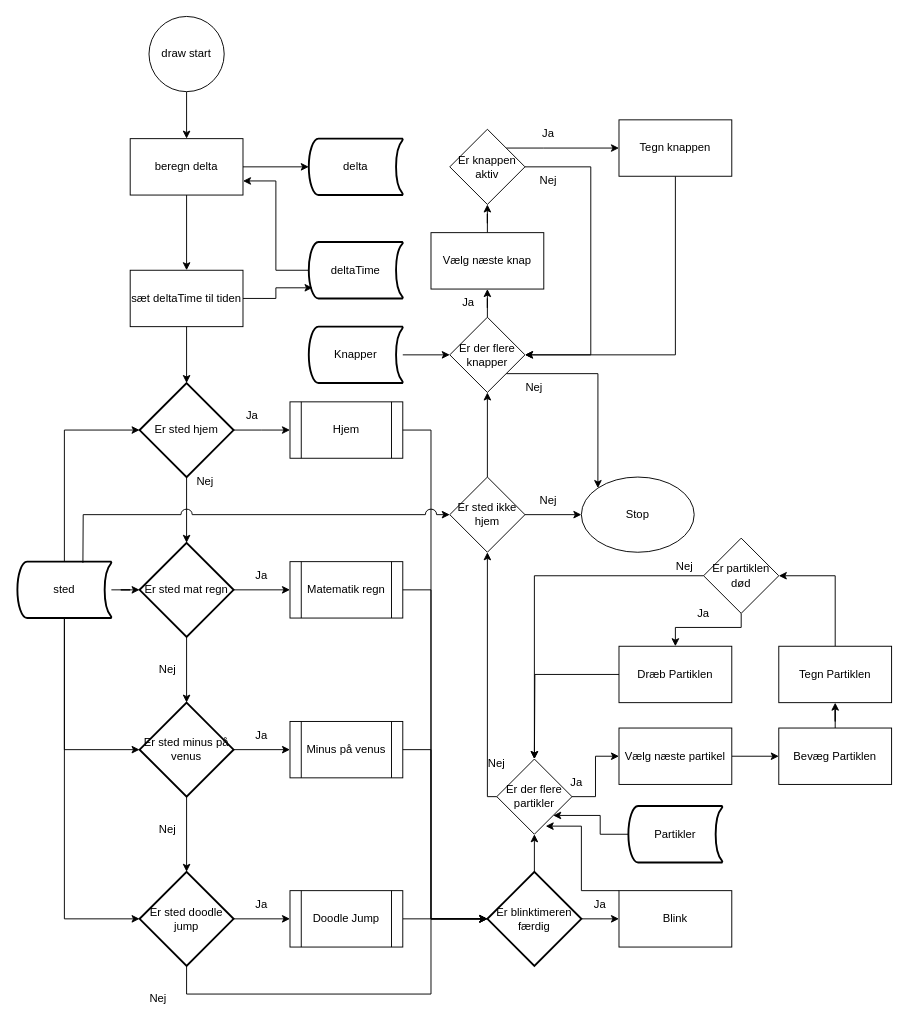
The draw.io diagram Flow diagram draw kledyr.drawio in Penyatta/Digitalt-k-ledyr, before the edit. Source tidied: cells renumbered, new cells numbered last; positions are measured from the earlier drawing's top-left corner, leaving out a move shared by most shapes. Both pictures are drawn from the tidied source at 94%, with x=0, y=0 at pixel (17, 16).
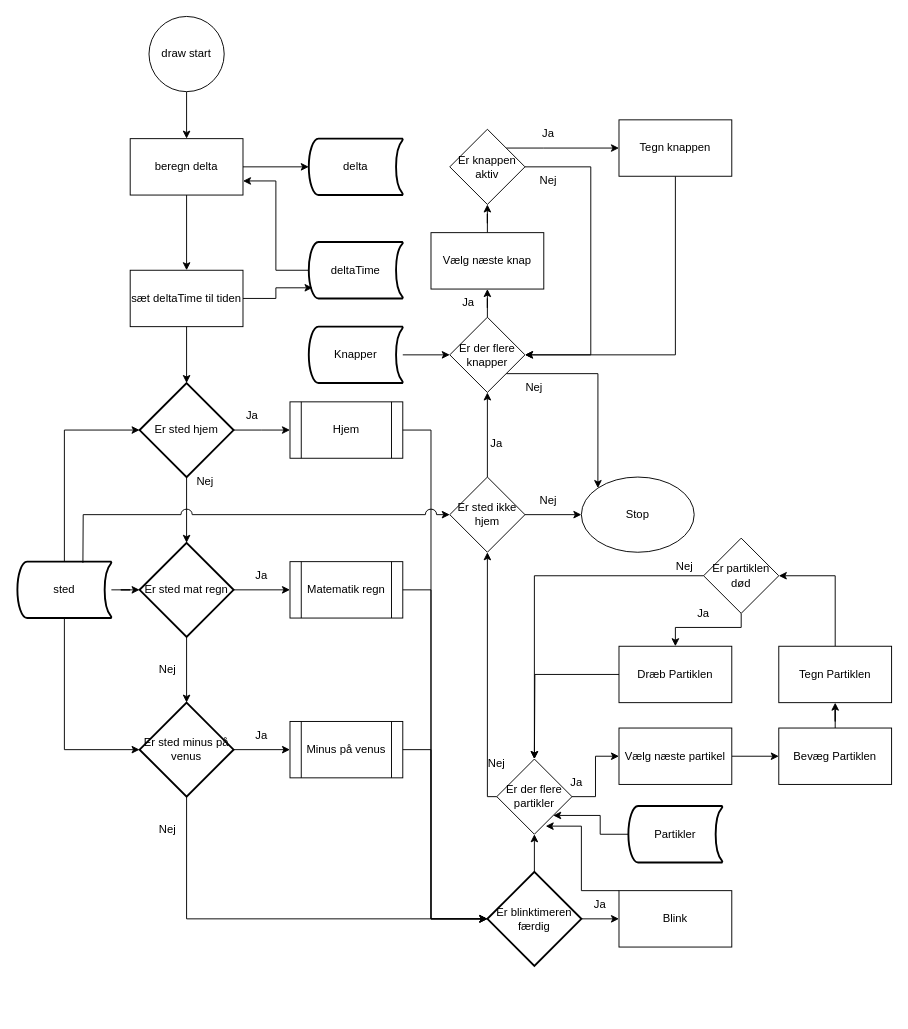
Above is the later version.

The change refers to these unchanged cells:
```xml
<mxCell id="16" value="sted" style="strokeWidth=2;html=1;shape=mxgraph.flowchart.stored_data;whiteSpace=wrap;" parent="1" vertex="1">
  <mxGeometry y="580" width="100" height="60" as="geometry" />
</mxCell>
<mxCell id="23" value="Er sted minus på venus" style="strokeWidth=2;html=1;shape=mxgraph.flowchart.decision;whiteSpace=wrap;" parent="1" vertex="1">
  <mxGeometry x="130" y="730" width="100" height="100" as="geometry" />
</mxCell>
<mxCell id="44" value="Er blinktimeren færdig" style="strokeWidth=2;html=1;shape=mxgraph.flowchart.decision;whiteSpace=wrap;" parent="1" vertex="1">
  <mxGeometry x="500" y="910" width="100" height="100" as="geometry" />
</mxCell>
```

Diff of the diagram source:
```diff
@@
-    <mxCell id="15" style="edgeStyle=orthogonalEdgeStyle;rounded=0;jettySize=auto;html=1;entryX=0;entryY=0.5;entryDx=0;entryDy=0;entryPerimeter=0;" parent="1" edge="1" source="16" target="27">
-      <mxGeometry relative="1" as="geometry">
-        <Array as="points">
-          <mxPoint x="50" y="960" />
-        </Array>
-      </mxGeometry>
-    </mxCell>
@@
-    <mxCell id="26" style="edgeStyle=orthogonalEdgeStyle;rounded=0;jettySize=auto;html=1;entryX=0;entryY=0.5;entryDx=0;entryDy=0;" parent="1" edge="1" source="27" target="37">
-      <mxGeometry relative="1" as="geometry" />
-    </mxCell>
-    <mxCell id="27" value="Er sted doodle jump" style="strokeWidth=2;html=1;shape=mxgraph.flowchart.decision;whiteSpace=wrap;" parent="1" vertex="1">
-      <mxGeometry x="130" y="910" width="100" height="100" as="geometry" />
-    </mxCell>
@@
-    <mxCell id="30" style="edgeStyle=orthogonalEdgeStyle;rounded=0;jettySize=auto;html=1;entryX=0.5;entryY=0;entryDx=0;entryDy=0;entryPerimeter=0;" parent="1" edge="1" source="23" target="27">
-      <mxGeometry relative="1" as="geometry" />
+    <mxCell id="30" style="edgeStyle=orthogonalEdgeStyle;rounded=0;jettySize=auto;html=1;entryX=0;entryY=0.5;entryDx=0;entryDy=0;entryPerimeter=0;" parent="1" edge="1" source="23" target="44">
+      <mxGeometry relative="1" as="geometry">
+        <Array as="points">
+          <mxPoint x="180" y="960" />
+        </Array>
+      </mxGeometry>
     </mxCell>
@@
-    <mxCell id="32" value="Nej" style="text;html=1;align=center;verticalAlign=middle;whiteSpace=wrap;rounded=0;" parent="1" vertex="1">
-      <mxGeometry x="120" y="1030" width="60" height="30" as="geometry" />
-    </mxCell>
@@
-    <mxCell id="36" style="edgeStyle=orthogonalEdgeStyle;rounded=0;jettySize=auto;html=1;" parent="1" edge="1" source="37" target="44">
-      <mxGeometry relative="1" as="geometry" />
-    </mxCell>
-    <mxCell id="37" value="Doodle Jump" style="shape=process;whiteSpace=wrap;html=1;backgroundOutline=1;" parent="1" vertex="1">
-      <mxGeometry x="290" y="930" width="120" height="60" as="geometry" />
-    </mxCell>
@@
     <mxCell id="40" value="Ja" style="text;html=1;align=center;verticalAlign=middle;whiteSpace=wrap;rounded=0;" parent="1" vertex="1">
-      <mxGeometry x="230" y="930" width="60" height="30" as="geometry" />
+      <mxGeometry x="480" y="440" width="60" height="30" as="geometry" />
     </mxCell>
@@
-    <mxCell id="45" style="edgeStyle=orthogonalEdgeStyle;rounded=0;jettySize=auto;html=1;entryX=0;entryY=0.5;entryDx=0;entryDy=0;entryPerimeter=0;" parent="1" edge="1" source="27" target="44">
-      <mxGeometry relative="1" as="geometry">
-        <Array as="points">
-          <mxPoint x="180" y="1040" />
-          <mxPoint x="440" y="1040" />
-          <mxPoint x="440" y="960" />
-        </Array>
-      </mxGeometry>
-    </mxCell>
```
